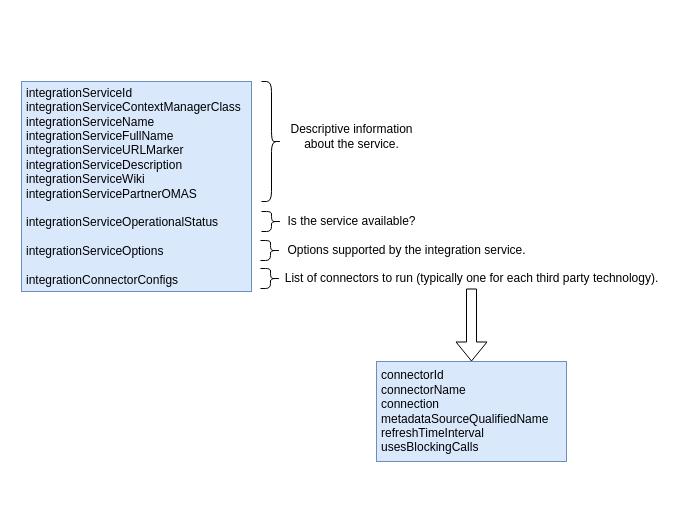
odpi/egeria keeps this draw.io diagram as page "integration-connector-configuration" (4 of 4) of open-metadata-implementation/governance-servers/integration-daemon-services/docs/integration-daemon.drawio. Above is the earlier version. Source tidied: cells renumbered, new cells numbered last; positions are measured from the earlier drawing's top-left corner, leaving out a move shared by most shapes. Both pictures are drawn from the tidied source at 100%, with x=0, y=0 at pixel (21, 81).
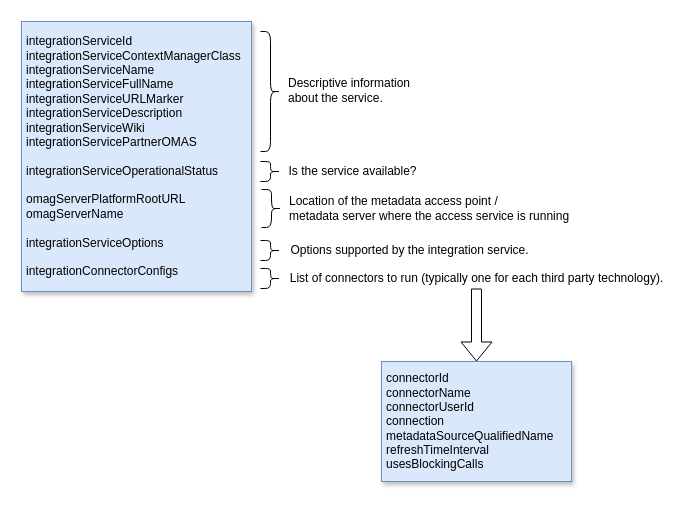
The same page after the edit.

What changed in the source:
```diff
@@
 <mxGraphModel>
   <root>
     <mxCell id="0" />
     <mxCell id="1" parent="0" />
-    <mxCell id="2" value="&lt;div&gt;integrationServiceId&amp;nbsp; &amp;nbsp; &amp;nbsp; &amp;nbsp; &amp;nbsp; &amp;nbsp; &amp;nbsp; &amp;nbsp; &amp;nbsp;&lt;/div&gt;&lt;div&gt;integrationServiceContextManagerClass&lt;/div&gt;&lt;div&gt;integrationServiceName&amp;nbsp; &amp;nbsp; &amp;nbsp; &amp;nbsp; &amp;nbsp; &amp;nbsp; &amp;nbsp; &amp;nbsp;&lt;/div&gt;&lt;div&gt;integrationServiceFullName&amp;nbsp; &amp;nbsp; &amp;nbsp; &amp;nbsp; &amp;nbsp; &amp;nbsp;&lt;/div&gt;&lt;div&gt;integrationServiceURLMarker&amp;nbsp; &amp;nbsp; &amp;nbsp; &amp;nbsp; &amp;nbsp;&amp;nbsp;&lt;/div&gt;&lt;div&gt;integrationServiceDescription&amp;nbsp; &amp;nbsp; &amp;nbsp; &amp;nbsp;&amp;nbsp;&lt;/div&gt;&lt;div&gt;integrationServiceWiki&amp;nbsp; &amp;nbsp; &amp;nbsp; &amp;nbsp; &amp;nbsp; &amp;nbsp; &amp;nbsp; &amp;nbsp;&lt;/div&gt;&lt;div&gt;integrationServicePartnerOMAS&lt;/div&gt;&lt;div&gt;&amp;nbsp; &amp;nbsp; &amp;nbsp; &amp;nbsp;&lt;/div&gt;&lt;div&gt;integrationServiceOperationalStatus&lt;/div&gt;&lt;div&gt;&amp;nbsp;&amp;nbsp;&lt;/div&gt;&lt;div&gt;integrationServiceOptions&lt;/div&gt;&lt;div&gt;&amp;nbsp; &amp;nbsp; &amp;nbsp; &amp;nbsp; &amp;nbsp; &amp;nbsp;&amp;nbsp;&lt;/div&gt;&lt;div&gt;integrationConnectorConfigs&amp;nbsp; &amp;nbsp; &amp;nbsp; &amp;nbsp; &amp;nbsp;&amp;nbsp;&lt;/div&gt;" style="rounded=0;whiteSpace=wrap;html=1;align=left;spacingLeft=3;fillColor=#dae8fc;strokeColor=#6c8ebf;" parent="1" vertex="1">
-      <mxGeometry width="230" height="210" as="geometry" />
+    <mxCell id="2" value="&lt;div&gt;integrationServiceId&amp;nbsp; &amp;nbsp; &amp;nbsp; &amp;nbsp; &amp;nbsp; &amp;nbsp; &amp;nbsp; &amp;nbsp; &amp;nbsp;&lt;/div&gt;&lt;div&gt;integrationServiceContextManagerClass&lt;/div&gt;&lt;div&gt;integrationServiceName&amp;nbsp; &amp;nbsp; &amp;nbsp; &amp;nbsp; &amp;nbsp; &amp;nbsp; &amp;nbsp; &amp;nbsp;&lt;/div&gt;&lt;div&gt;integrationServiceFullName&amp;nbsp; &amp;nbsp; &amp;nbsp; &amp;nbsp; &amp;nbsp; &amp;nbsp;&lt;/div&gt;&lt;div&gt;integrationServiceURLMarker&amp;nbsp; &amp;nbsp; &amp;nbsp; &amp;nbsp; &amp;nbsp;&amp;nbsp;&lt;/div&gt;&lt;div&gt;integrationServiceDescription&amp;nbsp; &amp;nbsp; &amp;nbsp; &amp;nbsp;&amp;nbsp;&lt;/div&gt;&lt;div&gt;integrationServiceWiki&amp;nbsp; &amp;nbsp; &amp;nbsp; &amp;nbsp; &amp;nbsp; &amp;nbsp; &amp;nbsp; &amp;nbsp;&lt;/div&gt;&lt;div&gt;integrationServicePartnerOMAS&lt;/div&gt;&lt;div&gt;&amp;nbsp; &amp;nbsp; &amp;nbsp; &amp;nbsp;&lt;/div&gt;&lt;div&gt;integrationServiceOperationalStatus&lt;/div&gt;&lt;div&gt;&lt;br&gt;&lt;/div&gt;&lt;div&gt;omagServerPlatformRootURL&lt;br&gt;&lt;/div&gt;&lt;div&gt;omagServerName&lt;/div&gt;&lt;div&gt;&lt;br&gt;&lt;/div&gt;&lt;div&gt;integrationServiceOptions&lt;/div&gt;&lt;div&gt;&amp;nbsp; &amp;nbsp; &amp;nbsp; &amp;nbsp; &amp;nbsp; &amp;nbsp;&amp;nbsp;&lt;/div&gt;&lt;div&gt;integrationConnectorConfigs&amp;nbsp; &amp;nbsp; &amp;nbsp; &amp;nbsp; &amp;nbsp;&amp;nbsp;&lt;/div&gt;" style="rounded=0;whiteSpace=wrap;html=1;align=left;spacingLeft=3;fillColor=#dae8fc;strokeColor=#6c8ebf;shadow=1;" parent="1" vertex="1">
+      <mxGeometry y="-60" width="230" height="270" as="geometry" />
     </mxCell>
     <mxCell id="3" style="shape=curlyBracket;whiteSpace=wrap;html=1;rounded=1;align=left;rotation=-180;" parent="1" vertex="1">
-      <mxGeometry x="240" width="20" height="120" as="geometry" />
+      <mxGeometry x="239" y="-50" width="20" height="120" as="geometry" />
     </mxCell>
-    <mxCell id="4" value="Descriptive information&lt;br&gt;about the service." style="text;html=1;align=center;verticalAlign=middle;" parent="1" vertex="1">
-      <mxGeometry x="260" y="40" width="140" height="30" as="geometry" />
+    <mxCell id="4" value="Descriptive information&lt;br&gt;about the service." style="text;html=1;align=left;verticalAlign=middle;" parent="1" vertex="1">
+      <mxGeometry x="265" y="-6" width="140" height="30" as="geometry" />
     </mxCell>
     <mxCell id="5" style="shape=curlyBracket;whiteSpace=wrap;html=1;rounded=1;align=left;rotation=-180;" parent="1" vertex="1">
-      <mxGeometry x="240" y="130" width="20" height="20" as="geometry" />
+      <mxGeometry x="239" y="80" width="20" height="20" as="geometry" />
     </mxCell>
     <mxCell id="6" value="Is the service available?" style="text;html=1;align=center;verticalAlign=middle;" parent="1" vertex="1">
-      <mxGeometry x="260" y="130" width="140" height="20" as="geometry" />
+      <mxGeometry x="261" y="80" width="140" height="20" as="geometry" />
     </mxCell>
     <mxCell id="7" style="shape=curlyBracket;whiteSpace=wrap;html=1;rounded=1;align=left;rotation=-180;" parent="1" vertex="1">
       <mxGeometry x="239" y="159" width="20" height="20" as="geometry" />
     </mxCell>
     <mxCell id="8" value="Options supported by the integration service." style="text;html=1;align=center;verticalAlign=middle;" parent="1" vertex="1">
-      <mxGeometry x="260" y="159" width="250" height="20" as="geometry" />
+      <mxGeometry x="263" y="159" width="250" height="20" as="geometry" />
     </mxCell>
     <mxCell id="9" style="shape=curlyBracket;whiteSpace=wrap;html=1;rounded=1;align=left;rotation=-180;size=0.5;" parent="1" vertex="1">
       <mxGeometry x="239" y="187" width="20" height="20" as="geometry" />
     </mxCell>
     <mxCell id="10" value="List of connectors to run (typically one for each third party technology)." style="text;html=1;align=center;verticalAlign=middle;points=[];" parent="1" vertex="1">
-      <mxGeometry x="255" y="187" width="390" height="20" as="geometry" />
+      <mxGeometry x="260" y="187" width="390" height="20" as="geometry" />
     </mxCell>
-    <mxCell id="11" value="&lt;div&gt;connectorId&amp;nbsp; &amp;nbsp; &amp;nbsp; &amp;nbsp; &amp;nbsp; &amp;nbsp; &amp;nbsp; &amp;nbsp;&amp;nbsp;&lt;/div&gt;&lt;div&gt;connectorName&amp;nbsp; &amp;nbsp; &amp;nbsp; &amp;nbsp; &amp;nbsp; &amp;nbsp; &amp;nbsp;&amp;nbsp;&lt;/div&gt;&lt;div&gt;connection&amp;nbsp; &amp;nbsp; &amp;nbsp; &amp;nbsp; &amp;nbsp; &amp;nbsp; &amp;nbsp; &amp;nbsp; &amp;nbsp;&lt;/div&gt;&lt;div&gt;metadataSourceQualifiedName&lt;/div&gt;&lt;div&gt;refreshTimeInterval&amp;nbsp; &amp;nbsp; &amp;nbsp; &amp;nbsp;&amp;nbsp;&lt;/div&gt;&lt;div&gt;usesBlockingCalls&amp;nbsp; &amp;nbsp; &amp;nbsp; &amp;nbsp; &amp;nbsp;&lt;/div&gt;" style="whiteSpace=wrap;html=1;align=left;spacingLeft=3;fillColor=#dae8fc;strokeColor=#6c8ebf;" parent="1" vertex="1">
-      <mxGeometry x="355" y="280" width="190" height="100" as="geometry" />
+    <mxCell id="11" value="&lt;div&gt;connectorId&amp;nbsp; &amp;nbsp; &amp;nbsp; &amp;nbsp; &amp;nbsp; &amp;nbsp; &amp;nbsp; &amp;nbsp;&amp;nbsp;&lt;/div&gt;&lt;div&gt;connectorName&lt;/div&gt;&lt;div&gt;connectorUserId&amp;nbsp; &amp;nbsp; &amp;nbsp; &amp;nbsp; &amp;nbsp; &amp;nbsp; &amp;nbsp;&amp;nbsp;&lt;/div&gt;&lt;div&gt;connection&amp;nbsp; &amp;nbsp; &amp;nbsp; &amp;nbsp; &amp;nbsp; &amp;nbsp; &amp;nbsp; &amp;nbsp; &amp;nbsp;&lt;/div&gt;&lt;div&gt;metadataSourceQualifiedName&lt;/div&gt;&lt;div&gt;refreshTimeInterval&amp;nbsp; &amp;nbsp; &amp;nbsp; &amp;nbsp;&amp;nbsp;&lt;/div&gt;&lt;div&gt;usesBlockingCalls&amp;nbsp; &amp;nbsp; &amp;nbsp; &amp;nbsp; &amp;nbsp;&lt;/div&gt;" style="whiteSpace=wrap;html=1;align=left;spacingLeft=3;fillColor=#dae8fc;strokeColor=#6c8ebf;shadow=1;" parent="1" vertex="1">
+      <mxGeometry x="360" y="280" width="190" height="120" as="geometry" />
     </mxCell>
     <mxCell id="12" style="shape=flexArrow;endArrow=classic;html=1;entryX=0.5;entryY=0;entryDx=0;entryDy=0;" parent="1" edge="1" source="10" target="11">
       <mxGeometry relative="1" as="geometry" />
     </mxCell>
+    <mxCell id="13" style="shape=curlyBracket;whiteSpace=wrap;html=1;rounded=1;align=left;rotation=-180;" parent="1" vertex="1">
+      <mxGeometry x="240" y="108" width="20" height="38" as="geometry" />
+    </mxCell>
+    <mxCell id="14" value="Location of the metadata access point /&lt;br&gt;metadata server where the access service is running" style="text;html=1;align=left;verticalAlign=middle;" parent="1" vertex="1">
+      <mxGeometry x="266" y="112" width="300" height="30" as="geometry" />
+    </mxCell>
   </root>
 </mxGraphModel>
```
